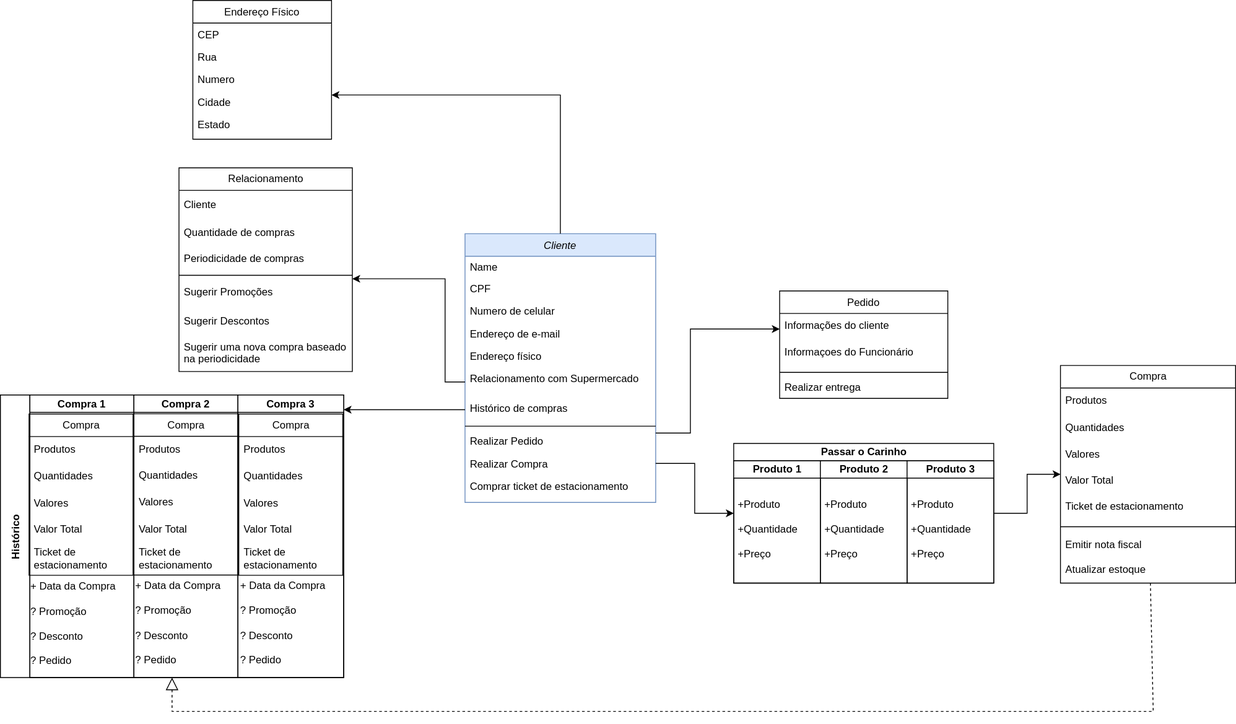
Earlier version of the draw.io export Projeto_Logistica/Diagrama_do_Supermercado.drawio.svg (osmozeInc/Programador_de_Sistemas). Source tidied: cells renumbered, new cells last; positions are measured from the earlier drawing's top-left corner, leaving out a move shared by most shapes.
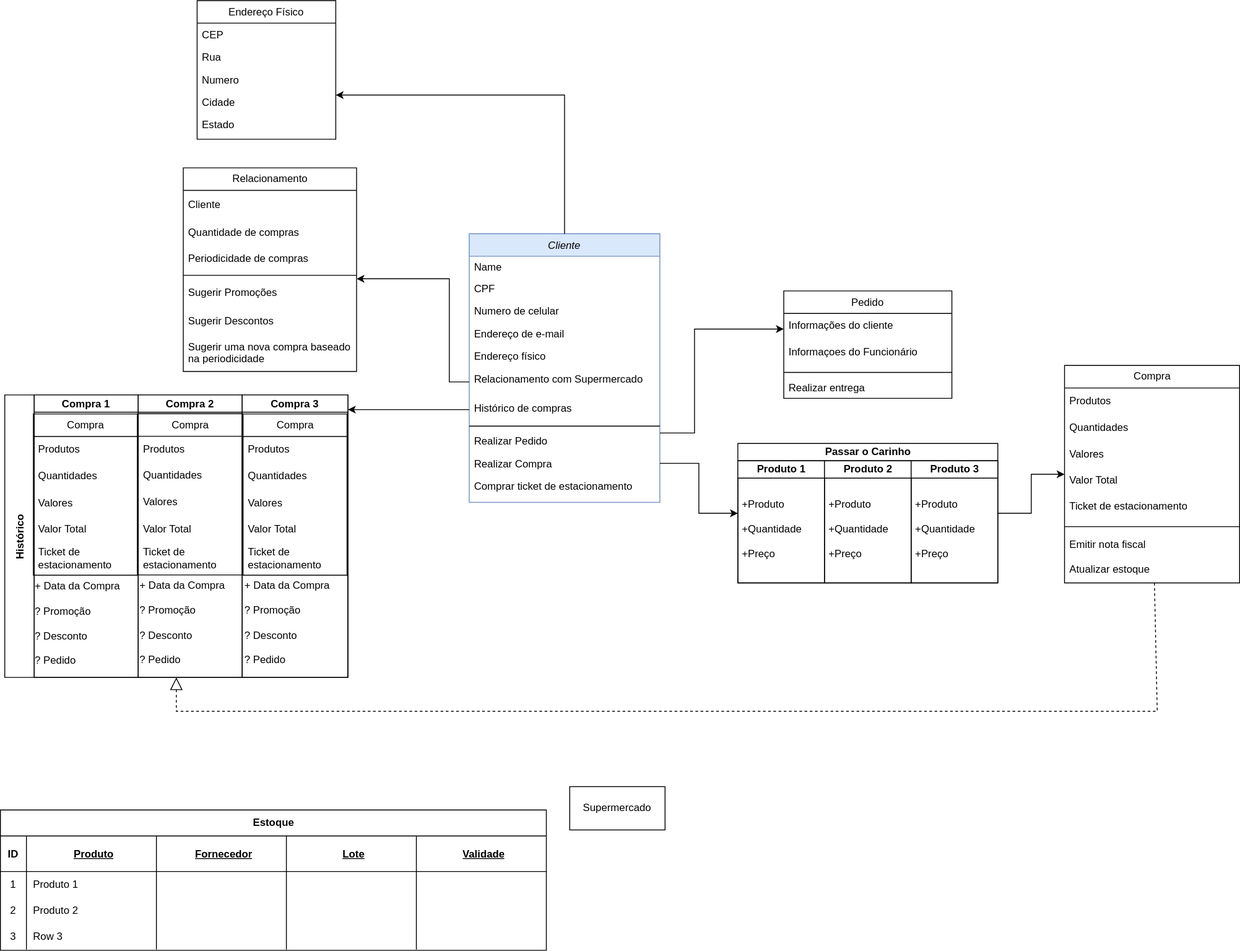
After the change.

Change to the diagram source:
```diff
@@ -263,5 +263,83 @@
         </Array>
       </mxGeometry>
     </mxCell>
+    <mxCell id="81" value="Supermercado" style="html=1;whiteSpace=wrap;" parent="1" vertex="1">
+      <mxGeometry x="652" y="907" width="110" height="50" as="geometry" />
+    </mxCell>
+    <mxCell id="82" value="Estoque" style="shape=table;startSize=30;rowLines=0;fontStyle=1;align=center;html=1;" parent="1" vertex="1">
+      <mxGeometry x="-5" y="934" width="630" height="161.9" as="geometry" />
+    </mxCell>
+    <mxCell id="83" style="shape=tableRow;horizontal=0;startSize=0;swimlaneHead=0;swimlaneBody=0;fillColor=none;top=0;left=0;right=0;bottom=1;" parent="82" vertex="1">
+      <mxGeometry y="30" width="630" height="41" as="geometry" />
+    </mxCell>
+    <mxCell id="84" value="ID" style="shape=partialRectangle;fillColor=none;top=0;left=0;bottom=0;right=0;fontStyle=1;overflow=hidden;whiteSpace=wrap;html=1;" parent="83" vertex="1">
+      <mxGeometry width="30" height="41" as="geometry" />
+    </mxCell>
+    <mxCell id="85" value="Produto" style="shape=partialRectangle;fillColor=none;top=0;left=0;bottom=0;right=0;align=center;spacingLeft=6;fontStyle=5;overflow=hidden;whiteSpace=wrap;html=1;" parent="83" vertex="1">
+      <mxGeometry x="30" width="150" height="41" as="geometry" />
+    </mxCell>
+    <mxCell id="86" value="Fornecedor" style="shape=partialRectangle;fillColor=none;top=0;left=0;bottom=0;right=0;align=center;spacingLeft=6;fontStyle=5;overflow=hidden;whiteSpace=wrap;html=1;" parent="83" vertex="1">
+      <mxGeometry x="180" width="150" height="41" as="geometry" />
+    </mxCell>
+    <mxCell id="87" value="Lote" style="shape=partialRectangle;fillColor=none;top=0;left=0;bottom=0;right=0;align=center;spacingLeft=6;fontStyle=5;overflow=hidden;whiteSpace=wrap;html=1;" parent="83" vertex="1">
+      <mxGeometry x="330" width="150" height="41" as="geometry" />
+    </mxCell>
+    <mxCell id="88" value="Validade" style="shape=partialRectangle;fillColor=none;top=0;left=0;bottom=0;right=0;align=center;spacingLeft=6;fontStyle=5;overflow=hidden;whiteSpace=wrap;html=1;" parent="83" vertex="1">
+      <mxGeometry x="480" width="150" height="41" as="geometry" />
+    </mxCell>
+    <mxCell id="89" style="shape=tableRow;horizontal=0;startSize=0;swimlaneHead=0;swimlaneBody=0;fillColor=none;top=0;left=0;right=0;bottom=0;" parent="82" vertex="1">
+      <mxGeometry y="71" width="630" height="30" as="geometry" />
+    </mxCell>
+    <mxCell id="90" value="1" style="shape=partialRectangle;fillColor=none;top=0;left=0;bottom=0;right=0;overflow=hidden;whiteSpace=wrap;html=1;" parent="89" vertex="1">
+      <mxGeometry width="30" height="30" as="geometry" />
+    </mxCell>
+    <mxCell id="91" value="Produto 1" style="shape=partialRectangle;fillColor=none;top=0;left=0;bottom=0;right=0;align=left;spacingLeft=6;overflow=hidden;whiteSpace=wrap;html=1;" parent="89" vertex="1">
+      <mxGeometry x="30" width="150" height="30" as="geometry" />
+    </mxCell>
+    <mxCell id="92" style="shape=partialRectangle;fillColor=none;top=0;left=0;bottom=0;right=0;align=left;spacingLeft=6;overflow=hidden;whiteSpace=wrap;html=1;" parent="89" vertex="1">
+      <mxGeometry x="180" width="150" height="30" as="geometry" />
+    </mxCell>
+    <mxCell id="93" style="shape=partialRectangle;fillColor=none;top=0;left=0;bottom=0;right=0;align=left;spacingLeft=6;overflow=hidden;whiteSpace=wrap;html=1;" parent="89" vertex="1">
+      <mxGeometry x="330" width="150" height="30" as="geometry" />
+    </mxCell>
+    <mxCell id="94" style="shape=partialRectangle;fillColor=none;top=0;left=0;bottom=0;right=0;align=left;spacingLeft=6;overflow=hidden;whiteSpace=wrap;html=1;" parent="89" vertex="1">
+      <mxGeometry x="480" width="150" height="30" as="geometry" />
+    </mxCell>
+    <mxCell id="95" style="shape=tableRow;horizontal=0;startSize=0;swimlaneHead=0;swimlaneBody=0;fillColor=none;top=0;left=0;right=0;bottom=0;" parent="82" vertex="1">
+      <mxGeometry y="101" width="630" height="30" as="geometry" />
+    </mxCell>
+    <mxCell id="96" value="2" style="shape=partialRectangle;fillColor=none;top=0;left=0;bottom=0;right=0;overflow=hidden;whiteSpace=wrap;html=1;" parent="95" vertex="1">
+      <mxGeometry width="30" height="30" as="geometry" />
+    </mxCell>
+    <mxCell id="97" value="Produto 2" style="shape=partialRectangle;fillColor=none;top=0;left=0;bottom=0;right=0;align=left;spacingLeft=6;overflow=hidden;whiteSpace=wrap;html=1;" parent="95" vertex="1">
+      <mxGeometry x="30" width="150" height="30" as="geometry" />
+    </mxCell>
+    <mxCell id="98" style="shape=partialRectangle;fillColor=none;top=0;left=0;bottom=0;right=0;align=left;spacingLeft=6;overflow=hidden;whiteSpace=wrap;html=1;" parent="95" vertex="1">
+      <mxGeometry x="180" width="150" height="30" as="geometry" />
+    </mxCell>
+    <mxCell id="99" style="shape=partialRectangle;fillColor=none;top=0;left=0;bottom=0;right=0;align=left;spacingLeft=6;overflow=hidden;whiteSpace=wrap;html=1;" parent="95" vertex="1">
+      <mxGeometry x="330" width="150" height="30" as="geometry" />
+    </mxCell>
+    <mxCell id="100" style="shape=partialRectangle;fillColor=none;top=0;left=0;bottom=0;right=0;align=left;spacingLeft=6;overflow=hidden;whiteSpace=wrap;html=1;" parent="95" vertex="1">
+      <mxGeometry x="480" width="150" height="30" as="geometry" />
+    </mxCell>
+    <mxCell id="101" style="shape=tableRow;horizontal=0;startSize=0;swimlaneHead=0;swimlaneBody=0;fillColor=none;top=0;left=0;right=0;bottom=0;" parent="82" vertex="1">
+      <mxGeometry y="131" width="630" height="30" as="geometry" />
+    </mxCell>
+    <mxCell id="102" value="3" style="shape=partialRectangle;fillColor=none;top=0;left=0;bottom=0;right=0;overflow=hidden;whiteSpace=wrap;html=1;" parent="101" vertex="1">
+      <mxGeometry width="30" height="30" as="geometry" />
+    </mxCell>
+    <mxCell id="103" value="Row 3" style="shape=partialRectangle;fillColor=none;top=0;left=0;bottom=0;right=0;align=left;spacingLeft=6;overflow=hidden;whiteSpace=wrap;html=1;" parent="101" vertex="1">
+      <mxGeometry x="30" width="150" height="30" as="geometry" />
+    </mxCell>
+    <mxCell id="104" style="shape=partialRectangle;fillColor=none;top=0;left=0;bottom=0;right=0;align=left;spacingLeft=6;overflow=hidden;whiteSpace=wrap;html=1;" parent="101" vertex="1">
+      <mxGeometry x="180" width="150" height="30" as="geometry" />
+    </mxCell>
+    <mxCell id="105" style="shape=partialRectangle;fillColor=none;top=0;left=0;bottom=0;right=0;align=left;spacingLeft=6;overflow=hidden;whiteSpace=wrap;html=1;" parent="101" vertex="1">
+      <mxGeometry x="330" width="150" height="30" as="geometry" />
+    </mxCell>
+    <mxCell id="106" style="shape=partialRectangle;fillColor=none;top=0;left=0;bottom=0;right=0;align=left;spacingLeft=6;overflow=hidden;whiteSpace=wrap;html=1;" parent="101" vertex="1">
+      <mxGeometry x="480" width="150" height="30" as="geometry" />
+    </mxCell>
   </root>
 </mxGraphModel>
```
